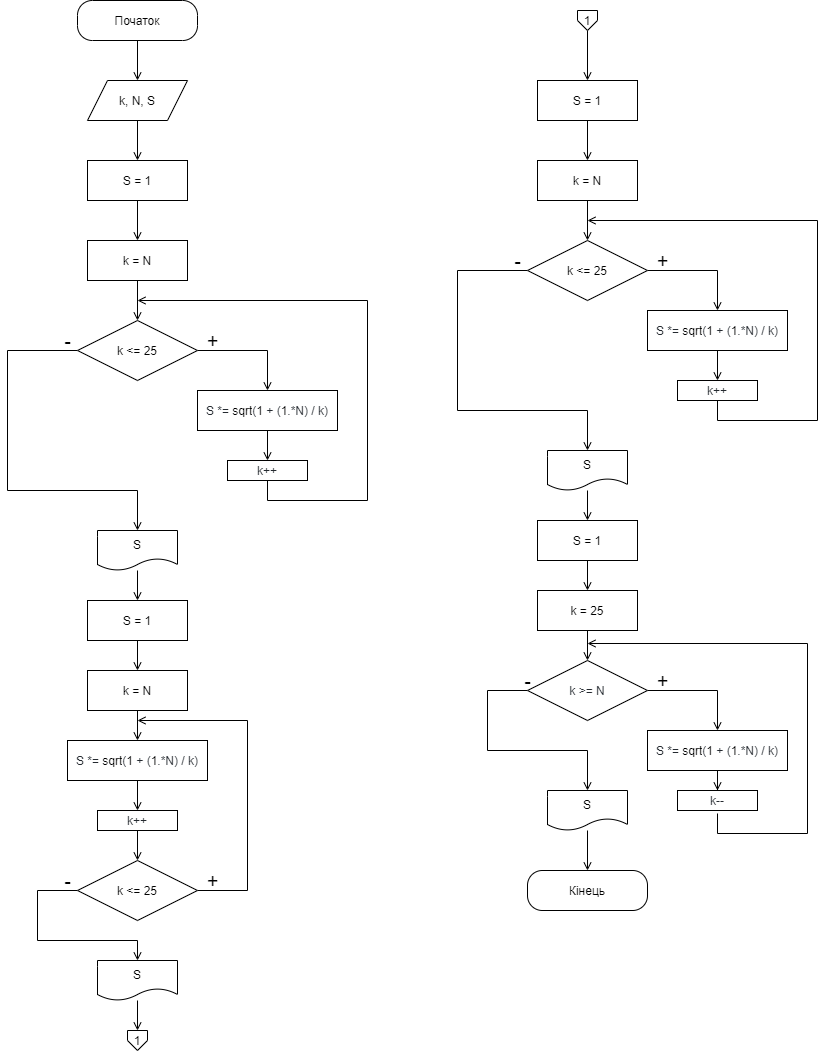
This is diagram.png from fhctyw/Lab4.1, a draw.io export, as it was before one commit. Source tidied: cells renumbered, new cells last; positions are measured from the earlier drawing's top-left corner, leaving out a move shared by most shapes.
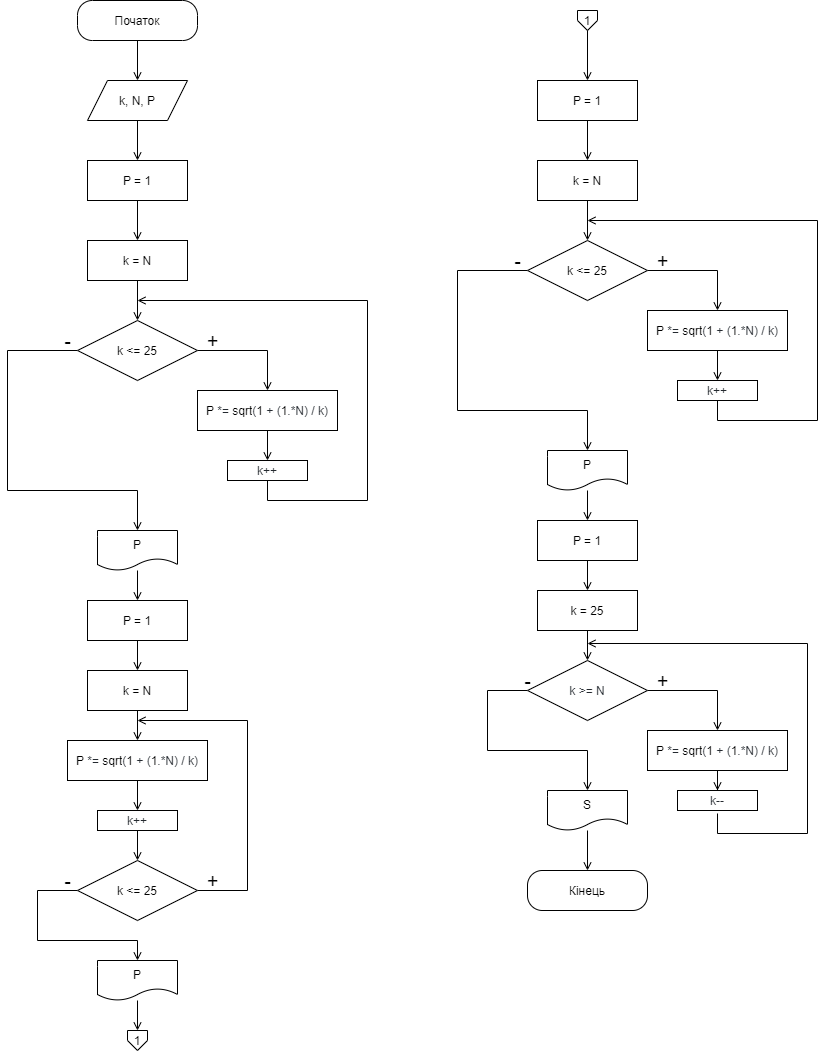
After the commit.

Change to the diagram source:
```diff
@@ -15,3 +15,3 @@
     </mxCell>
-    <mxCell id="5" value="k, N, S" style="shape=parallelogram;perimeter=parallelogramPerimeter;whiteSpace=wrap;html=1;fixedSize=1;gradientColor=none;" parent="1" vertex="1">
+    <mxCell id="5" value="k, N, P" style="shape=parallelogram;perimeter=parallelogramPerimeter;whiteSpace=wrap;html=1;fixedSize=1;gradientColor=none;" parent="1" vertex="1">
       <mxGeometry x="80" y="80" width="100" height="40" as="geometry" />
@@ -21,3 +21,3 @@
     </mxCell>
-    <mxCell id="7" value="S = 1" style="whiteSpace=wrap;html=1;" parent="1" vertex="1">
+    <mxCell id="7" value="P&amp;nbsp;= 1" style="whiteSpace=wrap;html=1;" parent="1" vertex="1">
       <mxGeometry x="80" y="160" width="100" height="40" as="geometry" />
@@ -52,3 +52,3 @@
     </mxCell>
-    <mxCell id="14" value="&lt;span style=&quot;color: rgb(36 , 41 , 47) ; font-family: , , &amp;#34;sf mono&amp;#34; , &amp;#34;menlo&amp;#34; , &amp;#34;consolas&amp;#34; , &amp;#34;liberation mono&amp;#34; , monospace ; background-color: rgb(255 , 255 , 255)&quot;&gt;S *= &lt;/span&gt;&lt;span class=&quot;pl-c1&quot; style=&quot;box-sizing: border-box ; font-family: , , &amp;#34;sf mono&amp;#34; , &amp;#34;menlo&amp;#34; , &amp;#34;consolas&amp;#34; , &amp;#34;liberation mono&amp;#34; , monospace ; background-color: rgb(255 , 255 , 255)&quot;&gt;sqrt&lt;/span&gt;&lt;span style=&quot;color: rgb(36 , 41 , 47) ; font-family: , , &amp;#34;sf mono&amp;#34; , &amp;#34;menlo&amp;#34; , &amp;#34;consolas&amp;#34; , &amp;#34;liberation mono&amp;#34; , monospace ; background-color: rgb(255 , 255 , 255)&quot;&gt;(&lt;/span&gt;&lt;span class=&quot;pl-c1&quot; style=&quot;box-sizing: border-box ; font-family: , , &amp;#34;sf mono&amp;#34; , &amp;#34;menlo&amp;#34; , &amp;#34;consolas&amp;#34; , &amp;#34;liberation mono&amp;#34; , monospace ; background-color: rgb(255 , 255 , 255)&quot;&gt;1&lt;/span&gt;&lt;span style=&quot;color: rgb(36 , 41 , 47) ; font-family: , , &amp;#34;sf mono&amp;#34; , &amp;#34;menlo&amp;#34; , &amp;#34;consolas&amp;#34; , &amp;#34;liberation mono&amp;#34; , monospace ; background-color: rgb(255 , 255 , 255)&quot;&gt; + (&lt;/span&gt;&lt;span class=&quot;pl-c1&quot; style=&quot;box-sizing: border-box ; font-family: , , &amp;#34;sf mono&amp;#34; , &amp;#34;menlo&amp;#34; , &amp;#34;consolas&amp;#34; , &amp;#34;liberation mono&amp;#34; , monospace ; background-color: rgb(255 , 255 , 255)&quot;&gt;1&lt;/span&gt;&lt;span style=&quot;color: rgb(36 , 41 , 47) ; font-family: , , &amp;#34;sf mono&amp;#34; , &amp;#34;menlo&amp;#34; , &amp;#34;consolas&amp;#34; , &amp;#34;liberation mono&amp;#34; , monospace ; background-color: rgb(255 , 255 , 255)&quot;&gt;.*N) / k)&lt;/span&gt;" style="whiteSpace=wrap;html=1;" parent="1" vertex="1">
+    <mxCell id="14" value="P&lt;span style=&quot;color: rgb(36 , 41 , 47) ; font-family: , , &amp;#34;sf mono&amp;#34; , &amp;#34;menlo&amp;#34; , &amp;#34;consolas&amp;#34; , &amp;#34;liberation mono&amp;#34; , monospace ; background-color: rgb(255 , 255 , 255)&quot;&gt;&amp;nbsp;*= &lt;/span&gt;&lt;span class=&quot;pl-c1&quot; style=&quot;box-sizing: border-box ; font-family: , , &amp;#34;sf mono&amp;#34; , &amp;#34;menlo&amp;#34; , &amp;#34;consolas&amp;#34; , &amp;#34;liberation mono&amp;#34; , monospace ; background-color: rgb(255 , 255 , 255)&quot;&gt;sqrt&lt;/span&gt;&lt;span style=&quot;color: rgb(36 , 41 , 47) ; font-family: , , &amp;#34;sf mono&amp;#34; , &amp;#34;menlo&amp;#34; , &amp;#34;consolas&amp;#34; , &amp;#34;liberation mono&amp;#34; , monospace ; background-color: rgb(255 , 255 , 255)&quot;&gt;(&lt;/span&gt;&lt;span class=&quot;pl-c1&quot; style=&quot;box-sizing: border-box ; font-family: , , &amp;#34;sf mono&amp;#34; , &amp;#34;menlo&amp;#34; , &amp;#34;consolas&amp;#34; , &amp;#34;liberation mono&amp;#34; , monospace ; background-color: rgb(255 , 255 , 255)&quot;&gt;1&lt;/span&gt;&lt;span style=&quot;color: rgb(36 , 41 , 47) ; font-family: , , &amp;#34;sf mono&amp;#34; , &amp;#34;menlo&amp;#34; , &amp;#34;consolas&amp;#34; , &amp;#34;liberation mono&amp;#34; , monospace ; background-color: rgb(255 , 255 , 255)&quot;&gt; + (&lt;/span&gt;&lt;span class=&quot;pl-c1&quot; style=&quot;box-sizing: border-box ; font-family: , , &amp;#34;sf mono&amp;#34; , &amp;#34;menlo&amp;#34; , &amp;#34;consolas&amp;#34; , &amp;#34;liberation mono&amp;#34; , monospace ; background-color: rgb(255 , 255 , 255)&quot;&gt;1&lt;/span&gt;&lt;span style=&quot;color: rgb(36 , 41 , 47) ; font-family: , , &amp;#34;sf mono&amp;#34; , &amp;#34;menlo&amp;#34; , &amp;#34;consolas&amp;#34; , &amp;#34;liberation mono&amp;#34; , monospace ; background-color: rgb(255 , 255 , 255)&quot;&gt;.*N) / k)&lt;/span&gt;" style="whiteSpace=wrap;html=1;" parent="1" vertex="1">
       <mxGeometry x="190" y="390" width="140" height="40" as="geometry" />
@@ -58,3 +58,3 @@
     </mxCell>
-    <mxCell id="16" value="S" style="shape=document;whiteSpace=wrap;html=1;boundedLbl=1;gradientColor=none;" parent="1" vertex="1">
+    <mxCell id="16" value="P" style="shape=document;whiteSpace=wrap;html=1;boundedLbl=1;gradientColor=none;" parent="1" vertex="1">
       <mxGeometry x="90" y="530" width="80" height="40" as="geometry" />
@@ -83,3 +83,3 @@
     </mxCell>
-    <mxCell id="22" value="S = 1" style="whiteSpace=wrap;html=1;" parent="1" vertex="1">
+    <mxCell id="22" value="P&amp;nbsp;= 1" style="whiteSpace=wrap;html=1;" parent="1" vertex="1">
       <mxGeometry x="80" y="600" width="100" height="40" as="geometry" />
@@ -95,3 +95,3 @@
     </mxCell>
-    <mxCell id="26" value="&lt;span style=&quot;color: rgb(36 , 41 , 47) ; font-family: , , &amp;#34;sf mono&amp;#34; , &amp;#34;menlo&amp;#34; , &amp;#34;consolas&amp;#34; , &amp;#34;liberation mono&amp;#34; , monospace ; background-color: rgb(255 , 255 , 255)&quot;&gt;S *= &lt;/span&gt;&lt;span class=&quot;pl-c1&quot; style=&quot;box-sizing: border-box ; font-family: , , &amp;#34;sf mono&amp;#34; , &amp;#34;menlo&amp;#34; , &amp;#34;consolas&amp;#34; , &amp;#34;liberation mono&amp;#34; , monospace ; background-color: rgb(255 , 255 , 255)&quot;&gt;sqrt&lt;/span&gt;&lt;span style=&quot;color: rgb(36 , 41 , 47) ; font-family: , , &amp;#34;sf mono&amp;#34; , &amp;#34;menlo&amp;#34; , &amp;#34;consolas&amp;#34; , &amp;#34;liberation mono&amp;#34; , monospace ; background-color: rgb(255 , 255 , 255)&quot;&gt;(&lt;/span&gt;&lt;span class=&quot;pl-c1&quot; style=&quot;box-sizing: border-box ; font-family: , , &amp;#34;sf mono&amp;#34; , &amp;#34;menlo&amp;#34; , &amp;#34;consolas&amp;#34; , &amp;#34;liberation mono&amp;#34; , monospace ; background-color: rgb(255 , 255 , 255)&quot;&gt;1&lt;/span&gt;&lt;span style=&quot;color: rgb(36 , 41 , 47) ; font-family: , , &amp;#34;sf mono&amp;#34; , &amp;#34;menlo&amp;#34; , &amp;#34;consolas&amp;#34; , &amp;#34;liberation mono&amp;#34; , monospace ; background-color: rgb(255 , 255 , 255)&quot;&gt; + (&lt;/span&gt;&lt;span class=&quot;pl-c1&quot; style=&quot;box-sizing: border-box ; font-family: , , &amp;#34;sf mono&amp;#34; , &amp;#34;menlo&amp;#34; , &amp;#34;consolas&amp;#34; , &amp;#34;liberation mono&amp;#34; , monospace ; background-color: rgb(255 , 255 , 255)&quot;&gt;1&lt;/span&gt;&lt;span style=&quot;color: rgb(36 , 41 , 47) ; font-family: , , &amp;#34;sf mono&amp;#34; , &amp;#34;menlo&amp;#34; , &amp;#34;consolas&amp;#34; , &amp;#34;liberation mono&amp;#34; , monospace ; background-color: rgb(255 , 255 , 255)&quot;&gt;.*N) / k)&lt;/span&gt;" style="whiteSpace=wrap;html=1;" parent="1" vertex="1">
+    <mxCell id="26" value="P&lt;span style=&quot;color: rgb(36 , 41 , 47) ; font-family: , , &amp;#34;sf mono&amp;#34; , &amp;#34;menlo&amp;#34; , &amp;#34;consolas&amp;#34; , &amp;#34;liberation mono&amp;#34; , monospace ; background-color: rgb(255 , 255 , 255)&quot;&gt;&amp;nbsp;*= &lt;/span&gt;&lt;span class=&quot;pl-c1&quot; style=&quot;box-sizing: border-box ; font-family: , , &amp;#34;sf mono&amp;#34; , &amp;#34;menlo&amp;#34; , &amp;#34;consolas&amp;#34; , &amp;#34;liberation mono&amp;#34; , monospace ; background-color: rgb(255 , 255 , 255)&quot;&gt;sqrt&lt;/span&gt;&lt;span style=&quot;color: rgb(36 , 41 , 47) ; font-family: , , &amp;#34;sf mono&amp;#34; , &amp;#34;menlo&amp;#34; , &amp;#34;consolas&amp;#34; , &amp;#34;liberation mono&amp;#34; , monospace ; background-color: rgb(255 , 255 , 255)&quot;&gt;(&lt;/span&gt;&lt;span class=&quot;pl-c1&quot; style=&quot;box-sizing: border-box ; font-family: , , &amp;#34;sf mono&amp;#34; , &amp;#34;menlo&amp;#34; , &amp;#34;consolas&amp;#34; , &amp;#34;liberation mono&amp;#34; , monospace ; background-color: rgb(255 , 255 , 255)&quot;&gt;1&lt;/span&gt;&lt;span style=&quot;color: rgb(36 , 41 , 47) ; font-family: , , &amp;#34;sf mono&amp;#34; , &amp;#34;menlo&amp;#34; , &amp;#34;consolas&amp;#34; , &amp;#34;liberation mono&amp;#34; , monospace ; background-color: rgb(255 , 255 , 255)&quot;&gt; + (&lt;/span&gt;&lt;span class=&quot;pl-c1&quot; style=&quot;box-sizing: border-box ; font-family: , , &amp;#34;sf mono&amp;#34; , &amp;#34;menlo&amp;#34; , &amp;#34;consolas&amp;#34; , &amp;#34;liberation mono&amp;#34; , monospace ; background-color: rgb(255 , 255 , 255)&quot;&gt;1&lt;/span&gt;&lt;span style=&quot;color: rgb(36 , 41 , 47) ; font-family: , , &amp;#34;sf mono&amp;#34; , &amp;#34;menlo&amp;#34; , &amp;#34;consolas&amp;#34; , &amp;#34;liberation mono&amp;#34; , monospace ; background-color: rgb(255 , 255 , 255)&quot;&gt;.*N) / k)&lt;/span&gt;" style="whiteSpace=wrap;html=1;" parent="1" vertex="1">
       <mxGeometry x="60" y="740" width="140" height="40" as="geometry" />
@@ -131,3 +131,3 @@
     </mxCell>
-    <mxCell id="34" value="S" style="shape=document;whiteSpace=wrap;html=1;boundedLbl=1;gradientColor=none;" parent="1" vertex="1">
+    <mxCell id="34" value="P" style="shape=document;whiteSpace=wrap;html=1;boundedLbl=1;gradientColor=none;" parent="1" vertex="1">
       <mxGeometry x="90" y="960" width="80" height="40" as="geometry" />
@@ -149,3 +149,3 @@
     </mxCell>
-    <mxCell id="40" value="S = 1" style="whiteSpace=wrap;html=1;" parent="1" vertex="1">
+    <mxCell id="40" value="P&amp;nbsp;= 1" style="whiteSpace=wrap;html=1;" parent="1" vertex="1">
       <mxGeometry x="530" y="80" width="100" height="40" as="geometry" />
@@ -180,3 +180,3 @@
     </mxCell>
-    <mxCell id="47" value="&lt;span style=&quot;color: rgb(36 , 41 , 47) ; font-family: , , &amp;#34;sf mono&amp;#34; , &amp;#34;menlo&amp;#34; , &amp;#34;consolas&amp;#34; , &amp;#34;liberation mono&amp;#34; , monospace ; background-color: rgb(255 , 255 , 255)&quot;&gt;S *= &lt;/span&gt;&lt;span class=&quot;pl-c1&quot; style=&quot;box-sizing: border-box ; font-family: , , &amp;#34;sf mono&amp;#34; , &amp;#34;menlo&amp;#34; , &amp;#34;consolas&amp;#34; , &amp;#34;liberation mono&amp;#34; , monospace ; background-color: rgb(255 , 255 , 255)&quot;&gt;sqrt&lt;/span&gt;&lt;span style=&quot;color: rgb(36 , 41 , 47) ; font-family: , , &amp;#34;sf mono&amp;#34; , &amp;#34;menlo&amp;#34; , &amp;#34;consolas&amp;#34; , &amp;#34;liberation mono&amp;#34; , monospace ; background-color: rgb(255 , 255 , 255)&quot;&gt;(&lt;/span&gt;&lt;span class=&quot;pl-c1&quot; style=&quot;box-sizing: border-box ; font-family: , , &amp;#34;sf mono&amp;#34; , &amp;#34;menlo&amp;#34; , &amp;#34;consolas&amp;#34; , &amp;#34;liberation mono&amp;#34; , monospace ; background-color: rgb(255 , 255 , 255)&quot;&gt;1&lt;/span&gt;&lt;span style=&quot;color: rgb(36 , 41 , 47) ; font-family: , , &amp;#34;sf mono&amp;#34; , &amp;#34;menlo&amp;#34; , &amp;#34;consolas&amp;#34; , &amp;#34;liberation mono&amp;#34; , monospace ; background-color: rgb(255 , 255 , 255)&quot;&gt; + (&lt;/span&gt;&lt;span class=&quot;pl-c1&quot; style=&quot;box-sizing: border-box ; font-family: , , &amp;#34;sf mono&amp;#34; , &amp;#34;menlo&amp;#34; , &amp;#34;consolas&amp;#34; , &amp;#34;liberation mono&amp;#34; , monospace ; background-color: rgb(255 , 255 , 255)&quot;&gt;1&lt;/span&gt;&lt;span style=&quot;color: rgb(36 , 41 , 47) ; font-family: , , &amp;#34;sf mono&amp;#34; , &amp;#34;menlo&amp;#34; , &amp;#34;consolas&amp;#34; , &amp;#34;liberation mono&amp;#34; , monospace ; background-color: rgb(255 , 255 , 255)&quot;&gt;.*N) / k)&lt;/span&gt;" style="whiteSpace=wrap;html=1;" parent="1" vertex="1">
+    <mxCell id="47" value="P&lt;span style=&quot;color: rgb(36 , 41 , 47) ; font-family: , , &amp;#34;sf mono&amp;#34; , &amp;#34;menlo&amp;#34; , &amp;#34;consolas&amp;#34; , &amp;#34;liberation mono&amp;#34; , monospace ; background-color: rgb(255 , 255 , 255)&quot;&gt;&amp;nbsp;*= &lt;/span&gt;&lt;span class=&quot;pl-c1&quot; style=&quot;box-sizing: border-box ; font-family: , , &amp;#34;sf mono&amp;#34; , &amp;#34;menlo&amp;#34; , &amp;#34;consolas&amp;#34; , &amp;#34;liberation mono&amp;#34; , monospace ; background-color: rgb(255 , 255 , 255)&quot;&gt;sqrt&lt;/span&gt;&lt;span style=&quot;color: rgb(36 , 41 , 47) ; font-family: , , &amp;#34;sf mono&amp;#34; , &amp;#34;menlo&amp;#34; , &amp;#34;consolas&amp;#34; , &amp;#34;liberation mono&amp;#34; , monospace ; background-color: rgb(255 , 255 , 255)&quot;&gt;(&lt;/span&gt;&lt;span class=&quot;pl-c1&quot; style=&quot;box-sizing: border-box ; font-family: , , &amp;#34;sf mono&amp;#34; , &amp;#34;menlo&amp;#34; , &amp;#34;consolas&amp;#34; , &amp;#34;liberation mono&amp;#34; , monospace ; background-color: rgb(255 , 255 , 255)&quot;&gt;1&lt;/span&gt;&lt;span style=&quot;color: rgb(36 , 41 , 47) ; font-family: , , &amp;#34;sf mono&amp;#34; , &amp;#34;menlo&amp;#34; , &amp;#34;consolas&amp;#34; , &amp;#34;liberation mono&amp;#34; , monospace ; background-color: rgb(255 , 255 , 255)&quot;&gt; + (&lt;/span&gt;&lt;span class=&quot;pl-c1&quot; style=&quot;box-sizing: border-box ; font-family: , , &amp;#34;sf mono&amp;#34; , &amp;#34;menlo&amp;#34; , &amp;#34;consolas&amp;#34; , &amp;#34;liberation mono&amp;#34; , monospace ; background-color: rgb(255 , 255 , 255)&quot;&gt;1&lt;/span&gt;&lt;span style=&quot;color: rgb(36 , 41 , 47) ; font-family: , , &amp;#34;sf mono&amp;#34; , &amp;#34;menlo&amp;#34; , &amp;#34;consolas&amp;#34; , &amp;#34;liberation mono&amp;#34; , monospace ; background-color: rgb(255 , 255 , 255)&quot;&gt;.*N) / k)&lt;/span&gt;" style="whiteSpace=wrap;html=1;" parent="1" vertex="1">
       <mxGeometry x="640" y="310" width="140" height="40" as="geometry" />
@@ -186,3 +186,3 @@
     </mxCell>
-    <mxCell id="49" value="S" style="shape=document;whiteSpace=wrap;html=1;boundedLbl=1;gradientColor=none;" parent="1" vertex="1">
+    <mxCell id="49" value="P" style="shape=document;whiteSpace=wrap;html=1;boundedLbl=1;gradientColor=none;" parent="1" vertex="1">
       <mxGeometry x="540" y="450" width="80" height="40" as="geometry" />
@@ -211,3 +211,3 @@
     </mxCell>
-    <mxCell id="55" value="S = 1" style="whiteSpace=wrap;html=1;" parent="1" vertex="1">
+    <mxCell id="55" value="P&amp;nbsp;= 1" style="whiteSpace=wrap;html=1;" parent="1" vertex="1">
       <mxGeometry x="530" y="520" width="100" height="40" as="geometry" />
@@ -248,3 +248,3 @@
     </mxCell>
-    <mxCell id="64" value="&lt;span style=&quot;color: rgb(36 , 41 , 47) ; font-family: , , &amp;#34;sf mono&amp;#34; , &amp;#34;menlo&amp;#34; , &amp;#34;consolas&amp;#34; , &amp;#34;liberation mono&amp;#34; , monospace ; background-color: rgb(255 , 255 , 255)&quot;&gt;S *= &lt;/span&gt;&lt;span class=&quot;pl-c1&quot; style=&quot;box-sizing: border-box ; font-family: , , &amp;#34;sf mono&amp;#34; , &amp;#34;menlo&amp;#34; , &amp;#34;consolas&amp;#34; , &amp;#34;liberation mono&amp;#34; , monospace ; background-color: rgb(255 , 255 , 255)&quot;&gt;sqrt&lt;/span&gt;&lt;span style=&quot;color: rgb(36 , 41 , 47) ; font-family: , , &amp;#34;sf mono&amp;#34; , &amp;#34;menlo&amp;#34; , &amp;#34;consolas&amp;#34; , &amp;#34;liberation mono&amp;#34; , monospace ; background-color: rgb(255 , 255 , 255)&quot;&gt;(&lt;/span&gt;&lt;span class=&quot;pl-c1&quot; style=&quot;box-sizing: border-box ; font-family: , , &amp;#34;sf mono&amp;#34; , &amp;#34;menlo&amp;#34; , &amp;#34;consolas&amp;#34; , &amp;#34;liberation mono&amp;#34; , monospace ; background-color: rgb(255 , 255 , 255)&quot;&gt;1&lt;/span&gt;&lt;span style=&quot;color: rgb(36 , 41 , 47) ; font-family: , , &amp;#34;sf mono&amp;#34; , &amp;#34;menlo&amp;#34; , &amp;#34;consolas&amp;#34; , &amp;#34;liberation mono&amp;#34; , monospace ; background-color: rgb(255 , 255 , 255)&quot;&gt; + (&lt;/span&gt;&lt;span class=&quot;pl-c1&quot; style=&quot;box-sizing: border-box ; font-family: , , &amp;#34;sf mono&amp;#34; , &amp;#34;menlo&amp;#34; , &amp;#34;consolas&amp;#34; , &amp;#34;liberation mono&amp;#34; , monospace ; background-color: rgb(255 , 255 , 255)&quot;&gt;1&lt;/span&gt;&lt;span style=&quot;color: rgb(36 , 41 , 47) ; font-family: , , &amp;#34;sf mono&amp;#34; , &amp;#34;menlo&amp;#34; , &amp;#34;consolas&amp;#34; , &amp;#34;liberation mono&amp;#34; , monospace ; background-color: rgb(255 , 255 , 255)&quot;&gt;.*N) / k)&lt;/span&gt;" style="whiteSpace=wrap;html=1;" parent="1" vertex="1">
+    <mxCell id="64" value="P&lt;span style=&quot;color: rgb(36 , 41 , 47) ; font-family: , , &amp;#34;sf mono&amp;#34; , &amp;#34;menlo&amp;#34; , &amp;#34;consolas&amp;#34; , &amp;#34;liberation mono&amp;#34; , monospace ; background-color: rgb(255 , 255 , 255)&quot;&gt;&amp;nbsp;*= &lt;/span&gt;&lt;span class=&quot;pl-c1&quot; style=&quot;box-sizing: border-box ; font-family: , , &amp;#34;sf mono&amp;#34; , &amp;#34;menlo&amp;#34; , &amp;#34;consolas&amp;#34; , &amp;#34;liberation mono&amp;#34; , monospace ; background-color: rgb(255 , 255 , 255)&quot;&gt;sqrt&lt;/span&gt;&lt;span style=&quot;color: rgb(36 , 41 , 47) ; font-family: , , &amp;#34;sf mono&amp;#34; , &amp;#34;menlo&amp;#34; , &amp;#34;consolas&amp;#34; , &amp;#34;liberation mono&amp;#34; , monospace ; background-color: rgb(255 , 255 , 255)&quot;&gt;(&lt;/span&gt;&lt;span class=&quot;pl-c1&quot; style=&quot;box-sizing: border-box ; font-family: , , &amp;#34;sf mono&amp;#34; , &amp;#34;menlo&amp;#34; , &amp;#34;consolas&amp;#34; , &amp;#34;liberation mono&amp;#34; , monospace ; background-color: rgb(255 , 255 , 255)&quot;&gt;1&lt;/span&gt;&lt;span style=&quot;color: rgb(36 , 41 , 47) ; font-family: , , &amp;#34;sf mono&amp;#34; , &amp;#34;menlo&amp;#34; , &amp;#34;consolas&amp;#34; , &amp;#34;liberation mono&amp;#34; , monospace ; background-color: rgb(255 , 255 , 255)&quot;&gt; + (&lt;/span&gt;&lt;span class=&quot;pl-c1&quot; style=&quot;box-sizing: border-box ; font-family: , , &amp;#34;sf mono&amp;#34; , &amp;#34;menlo&amp;#34; , &amp;#34;consolas&amp;#34; , &amp;#34;liberation mono&amp;#34; , monospace ; background-color: rgb(255 , 255 , 255)&quot;&gt;1&lt;/span&gt;&lt;span style=&quot;color: rgb(36 , 41 , 47) ; font-family: , , &amp;#34;sf mono&amp;#34; , &amp;#34;menlo&amp;#34; , &amp;#34;consolas&amp;#34; , &amp;#34;liberation mono&amp;#34; , monospace ; background-color: rgb(255 , 255 , 255)&quot;&gt;.*N) / k)&lt;/span&gt;" style="whiteSpace=wrap;html=1;" parent="1" vertex="1">
       <mxGeometry x="640" y="730" width="140" height="40" as="geometry" />
```
